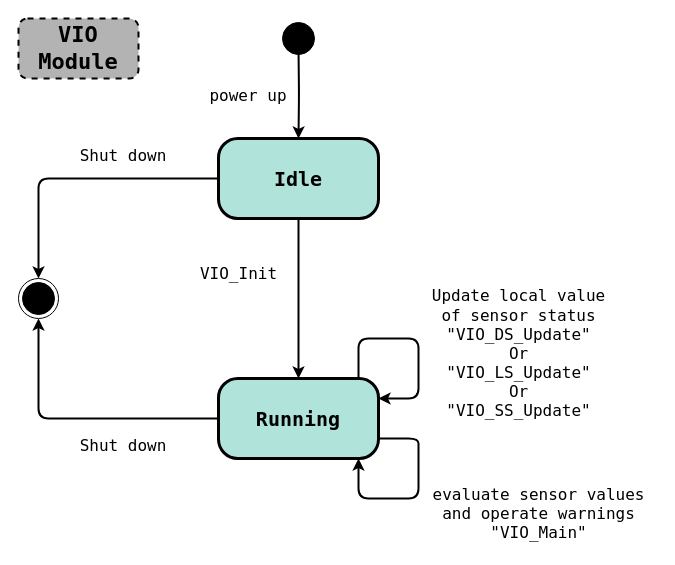
Above: Project_3_SW_Design/VIM_State_Machine.drawio in mhossam1183/UAET_Trial (draw.io), before the change. Source tidied: cells renumbered, new cells numbered last; positions are measured from the earlier drawing's top-left corner, leaving out a move shared by most shapes. Both pictures are drawn from the tidied source at 100%, with x=0, y=0 at pixel (18, 18).
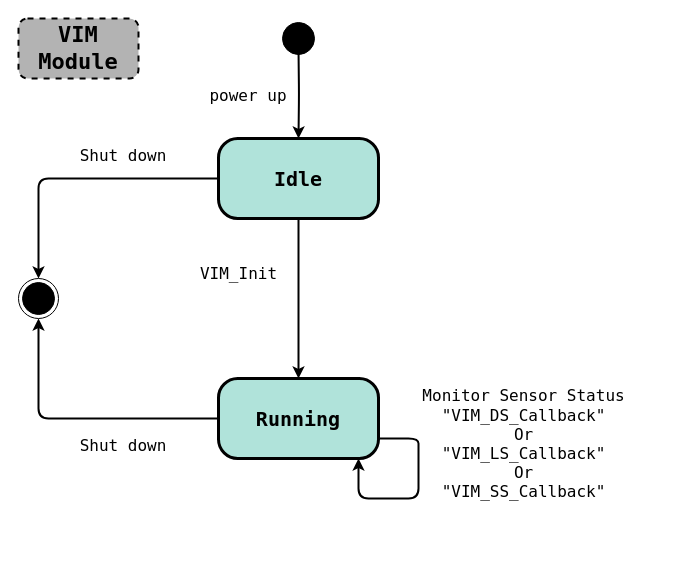
The same page after the edit.

The change refers to these unchanged cells:
```xml
<mxCell id="9" value="Running" style="rounded=1;whiteSpace=wrap;html=1;arcSize=24;fillColor=#B0E3DA;strokeColor=#000000;shadow=0;comic=0;labelBackgroundColor=none;fontFamily=Lucida Console;fontSize=20;fontColor=#000000;align=center;strokeWidth=3;fontStyle=1;" parent="1" vertex="1">
  <mxGeometry x="200" y="360" width="160" height="80" as="geometry" />
</mxCell>
```

Diff of the diagram source:
```diff
@@
-    <mxCell id="13" value="VIO_Init" style="text;html=1;align=center;verticalAlign=middle;strokeColor=none;fillColor=none;fontSize=16;fontFamily=Lucida Console;" parent="1" vertex="1">
+    <mxCell id="13" value="VIM_Init" style="text;html=1;align=center;verticalAlign=middle;strokeColor=none;fillColor=none;fontSize=16;fontFamily=Lucida Console;" parent="1" vertex="1">
       <mxGeometry x="170" y="240" width="100" height="30" as="geometry" />
     </mxCell>
-    <mxCell id="14" value="&lt;font style=&quot;&quot;&gt;&lt;span style=&quot;font-size: 22px;&quot;&gt;&lt;b&gt;VIO&lt;br&gt;Module&lt;/b&gt;&lt;/span&gt;&lt;/font&gt;" style="rounded=1;whiteSpace=wrap;html=1;dashed=1;strokeColor=default;strokeWidth=2;fontFamily=Lucida Console;fontSize=16;fillColor=#B3B3B3;" parent="1" vertex="1">
+    <mxCell id="14" value="&lt;font style=&quot;&quot;&gt;&lt;span style=&quot;font-size: 22px;&quot;&gt;&lt;b&gt;VIM&lt;br&gt;Module&lt;/b&gt;&lt;/span&gt;&lt;/font&gt;" style="rounded=1;whiteSpace=wrap;html=1;dashed=1;strokeColor=default;strokeWidth=2;fontFamily=Lucida Console;fontSize=16;fillColor=#B3B3B3;" parent="1" vertex="1">
       <mxGeometry width="120" height="60" as="geometry" />
     </mxCell>
@@
-    <mxCell id="16" style="endArrow=classic;html=1;rounded=1;strokeWidth=2;exitX=0.875;exitY=0;exitDx=0;exitDy=0;exitPerimeter=0;entryX=1;entryY=0.25;entryDx=0;entryDy=0;" parent="1" edge="1" source="9" target="9">
-      <mxGeometry relative="1" as="geometry">
-        <Array as="points">
-          <mxPoint x="340" y="320" />
-          <mxPoint x="400" y="320" />
-          <mxPoint x="400" y="380" />
-        </Array>
-      </mxGeometry>
-    </mxCell>
-    <mxCell id="17" value="&lt;div&gt;Update local value&lt;br&gt;of sensor status&lt;/div&gt;&lt;div&gt;&quot;VIO_DS_Update&quot;&lt;/div&gt;&lt;div&gt;Or&lt;/div&gt;&lt;div&gt;&quot;VIO_LS_Update&quot;&lt;/div&gt;&lt;div&gt;Or&lt;/div&gt;&lt;div&gt;&quot;VIO_SS_Update&quot;&lt;/div&gt;" style="text;html=1;align=center;verticalAlign=middle;strokeColor=none;fillColor=none;fontSize=16;fontFamily=Lucida Console;" parent="1" vertex="1">
-      <mxGeometry x="400" y="260" width="200" height="150" as="geometry" />
-    </mxCell>
-    <mxCell id="18" value="evaluate sensor values&lt;br&gt;and operate warnings&lt;br&gt;&quot;VIO_Main&quot;" style="text;html=1;align=center;verticalAlign=middle;strokeColor=none;fillColor=none;fontSize=16;fontFamily=Lucida Console;" parent="1" vertex="1">
-      <mxGeometry x="400" y="460" width="240" height="70" as="geometry" />
+    <mxCell id="18" value="Monitor Sensor Status&lt;br&gt;&lt;div&gt;&quot;VIM_DS_Callback&quot;&lt;br&gt;Or&lt;/div&gt;&lt;div&gt;&quot;VIM_LS_Callback&quot;&lt;br&gt;Or&lt;/div&gt;&lt;div&gt;&quot;VIM_SS_Callback&quot;&lt;/div&gt;&lt;div&gt;&lt;br&gt;&lt;/div&gt;" style="text;html=1;align=center;verticalAlign=middle;strokeColor=none;fillColor=none;fontSize=16;fontFamily=Lucida Console;" parent="1" vertex="1">
+      <mxGeometry x="390" y="360" width="230" height="150" as="geometry" />
     </mxCell>
```
